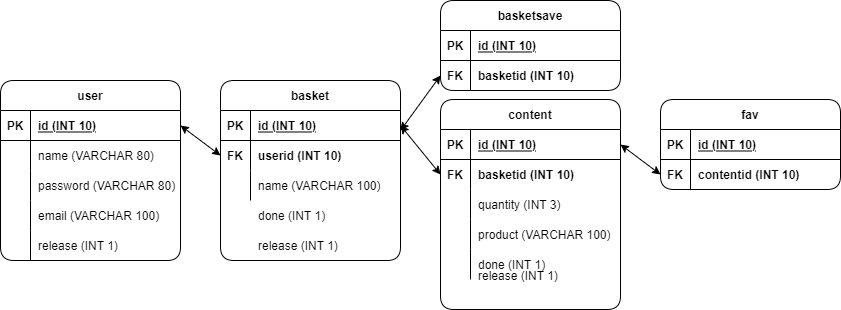
Before: fv.drawio.png, a diagram exported from draw.io (tBrause/friendventure-aufgabe-php). Source tidied: cells renumbered, new cells last; positions are measured from the earlier drawing's top-left corner, leaving out a move shared by most shapes.
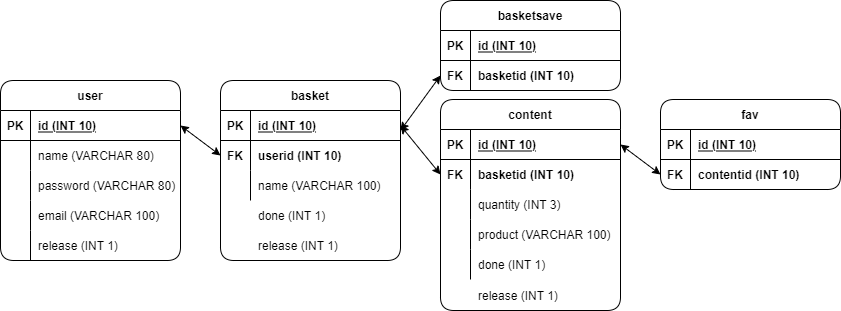
The same diagram one commit later.

The edit, as a diff of the source:
```diff
@@ -84,7 +84,7 @@
       <mxGeometry relative="1" as="geometry" />
     </mxCell>
     <mxCell id="29" value="content" style="shape=table;startSize=30;rowLines=0;fontStyle=1;align=center;rounded=1;" parent="1" vertex="1">
-      <mxGeometry x="440" y="99" width="180" height="210" as="geometry" />
+      <mxGeometry x="440" y="99" width="180" height="211" as="geometry" />
     </mxCell>
     <mxCell id="30" style="shape=partialRectangle;fillColor=none;top=0;left=0;bottom=1;right=0;points=[[0,0.5],[1,0.5]];portConstraint=eastwest;rounded=1;" parent="29" vertex="1">
       <mxGeometry y="30" width="180" height="30" as="geometry" />
@@ -137,15 +137,6 @@
     <mxCell id="46" value="done (INT 1)" style="shape=partialRectangle;fillColor=none;top=0;left=0;bottom=0;right=0;align=left;spacingLeft=6;overflow=hidden;rounded=1;" parent="1" vertex="1">
       <mxGeometry x="250" y="200" width="150" height="30" as="geometry" />
     </mxCell>
-    <mxCell id="47" style="shape=partialRectangle;fillColor=none;top=0;left=0;bottom=0;right=0;rounded=1;" parent="1" vertex="1">
-      <mxGeometry x="440" y="260" width="180" height="30" as="geometry" />
-    </mxCell>
-    <mxCell id="48" style="shape=partialRectangle;fillColor=none;top=0;left=0;bottom=0;right=0;overflow=hidden;rounded=1;" parent="47" vertex="1">
-      <mxGeometry width="30" height="30" as="geometry" />
-    </mxCell>
-    <mxCell id="49" value="release (INT 1)" style="shape=partialRectangle;fillColor=none;top=0;left=0;bottom=0;right=0;align=left;spacingLeft=6;overflow=hidden;rounded=1;" parent="47" vertex="1">
-      <mxGeometry x="30" width="150" height="30" as="geometry" />
-    </mxCell>
     <mxCell id="50" value="release (INT 1)" style="shape=partialRectangle;fillColor=none;top=0;left=0;bottom=0;right=0;align=left;spacingLeft=6;overflow=hidden;rounded=1;" parent="1" vertex="1">
       <mxGeometry x="250" y="230" width="150" height="30" as="geometry" />
     </mxCell>
@@ -199,5 +190,8 @@
         <mxPoint x="400" y="130" as="targetPoint" />
       </mxGeometry>
     </mxCell>
+    <mxCell id="49" value="release (INT 1)" style="shape=partialRectangle;fillColor=none;top=0;left=0;bottom=0;right=0;align=left;spacingLeft=6;overflow=hidden;rounded=1;" parent="1" vertex="1">
+      <mxGeometry x="470" y="280" width="150" height="30" as="geometry" />
+    </mxCell>
   </root>
 </mxGraphModel>
```
